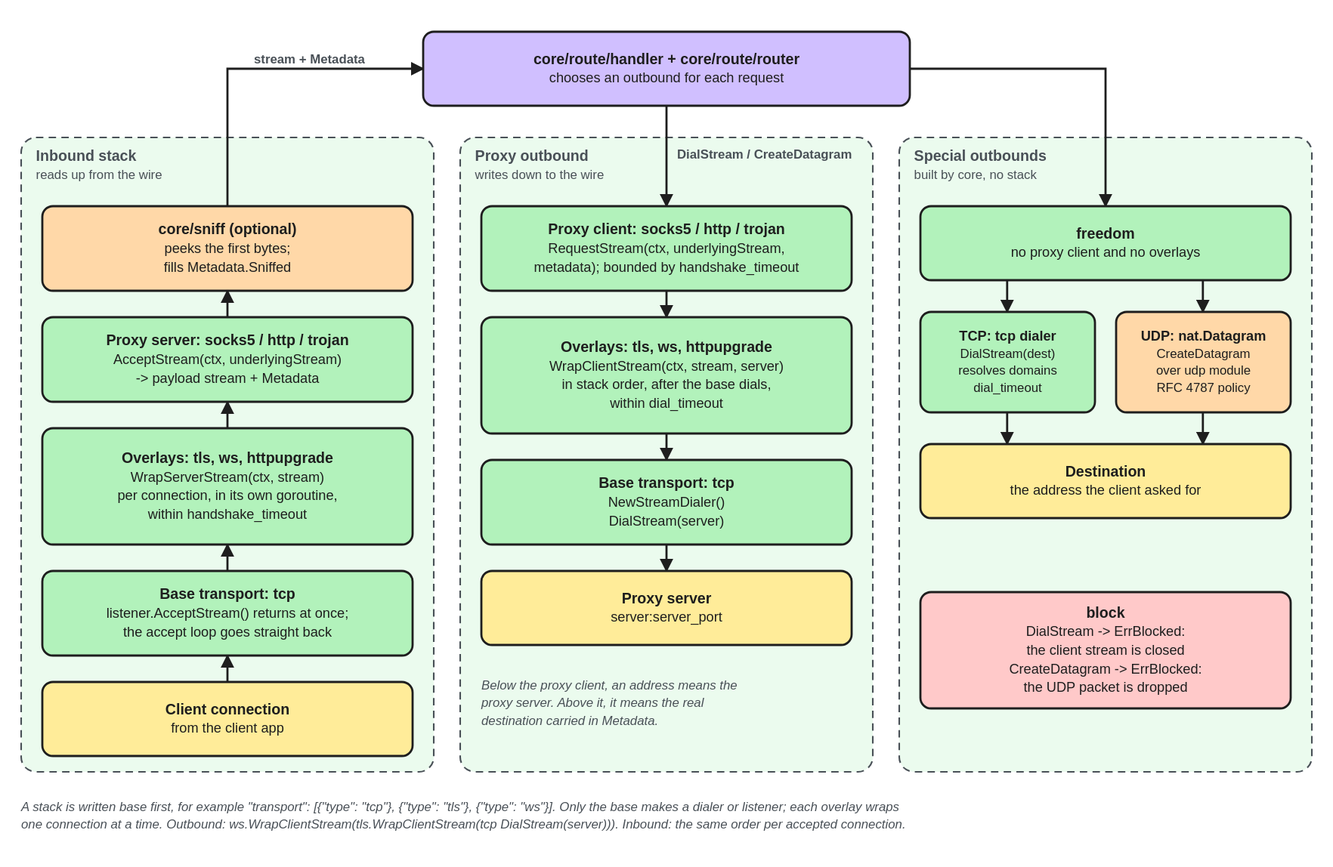
The Excalidraw diagram docs/assets/diagrams/stack-composition.excalidraw.svg in we-apranik/apranik, before a commit. Source tidied: one line per element, renumbered; positions are measured from the earlier drawing's top-left corner, leaving out a move shared by most shapes.
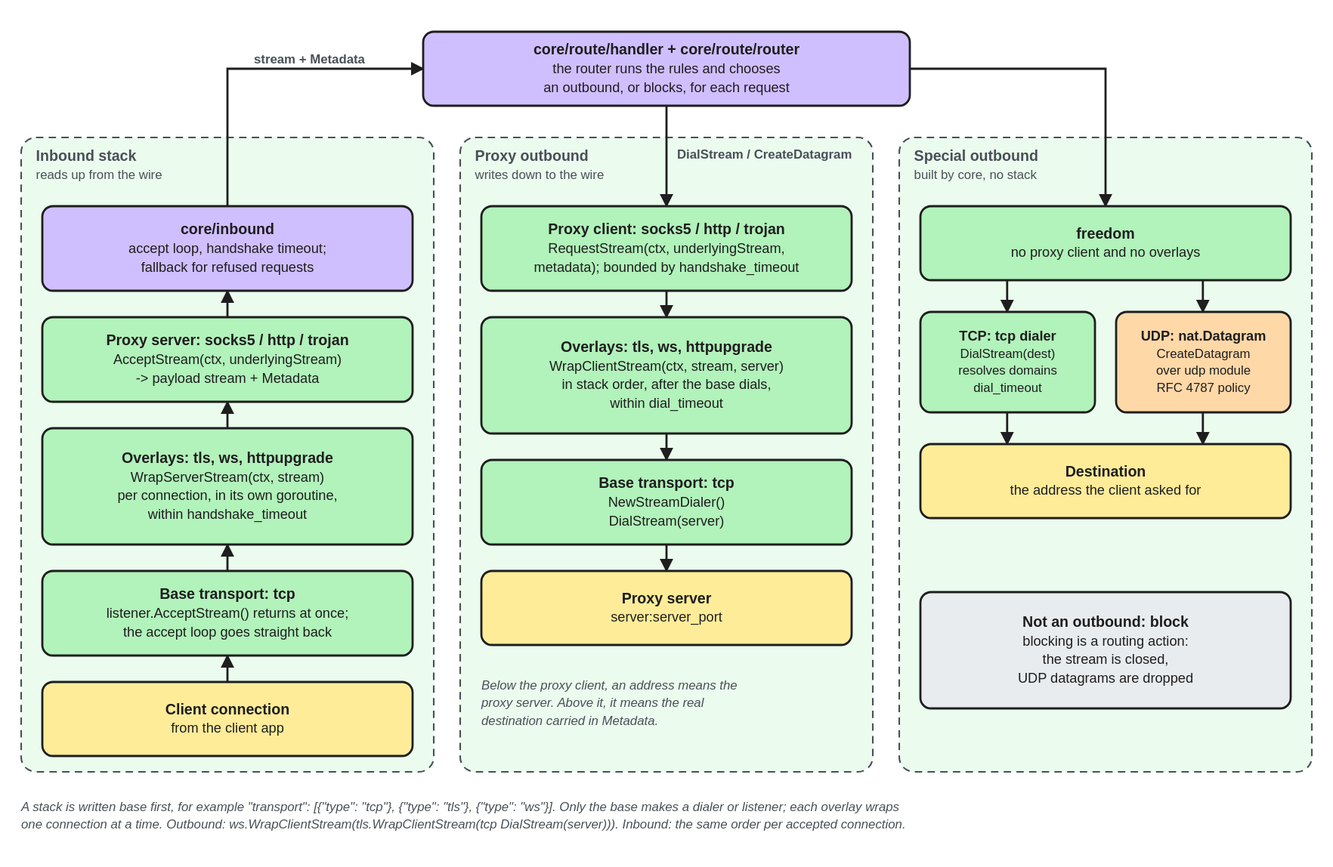
After the commit.

Commit message:
Replace the sniff and block boxes in the stack composition diagram

Diff of the diagram source:
```diff
@@ -3,9 +3,9 @@
 {"id": 2, "type": "rectangle", "strokeColor": "#495057", "backgroundColor": "#ebfbee", "fillStyle": "solid", "strokeWidth": 1, "strokeStyle": "dashed", "roughness": 0, "round": true, "x": 415, "y": 100, "width": 390, "height": 600}
 {"id": 3, "type": "text", "text": "Proxy outbound\nwrites down to the wire", "strokeColor": "#495057", "strokeWidth": 2, "roughness": 0, "fontSize": 14, "fontFamily": 2, "verticalAlign": "middle", "x": 429, "y": 108, "width": 362, "height": 35}
 {"id": 4, "type": "rectangle", "strokeColor": "#495057", "backgroundColor": "#ebfbee", "fillStyle": "solid", "strokeWidth": 1, "strokeStyle": "dashed", "roughness": 0, "round": true, "x": 830, "y": 100, "width": 390, "height": 600}
-{"id": 5, "type": "text", "text": "Special outbounds\nbuilt by core, no stack", "strokeColor": "#495057", "strokeWidth": 2, "roughness": 0, "fontSize": 14, "fontFamily": 2, "verticalAlign": "middle", "x": 844, "y": 108, "width": 362, "height": 35}
+{"id": 5, "type": "text", "text": "Special outbound\nbuilt by core, no stack", "strokeColor": "#495057", "strokeWidth": 2, "roughness": 0, "fontSize": 14, "fontFamily": 2, "verticalAlign": "middle", "x": 844, "y": 108, "width": 362, "height": 35}
 {"id": 6, "type": "rectangle", "strokeColor": "#1e1e1e", "backgroundColor": "#d0bfff", "fillStyle": "solid", "strokeWidth": 2, "roughness": 0, "round": true, "x": 380, "y": 0, "width": 460, "height": 70}
-{"id": 7, "type": "text", "text": "core/route/handler + core/route/router\nchooses an outbound for each request", "strokeColor": "#1e1e1e", "strokeWidth": 2, "roughness": 0, "fontSize": 13, "fontFamily": 2, "textAlign": "center", "verticalAlign": "middle", "inside": 6, "x": 380, "y": 0, "width": 460, "height": 32}
+{"id": 7, "type": "text", "text": "core/route/handler + core/route/router\nthe router runs the rules and chooses\nan outbound, or blocks, for each request", "strokeColor": "#1e1e1e", "strokeWidth": 2, "roughness": 0, "fontSize": 13, "fontFamily": 2, "textAlign": "center", "verticalAlign": "middle", "inside": 6, "x": 380, "y": 0, "width": 460, "height": 49}
 {"id": 8, "type": "rectangle", "strokeColor": "#1e1e1e", "backgroundColor": "#ffec99", "fillStyle": "solid", "strokeWidth": 2, "roughness": 0, "round": true, "x": 20, "y": 615, "width": 350, "height": 70}
 {"id": 9, "type": "text", "text": "Client connection\nfrom the client app", "strokeColor": "#1e1e1e", "strokeWidth": 2, "roughness": 0, "fontSize": 13, "fontFamily": 2, "textAlign": "center", "verticalAlign": "middle", "inside": 8, "x": 20, "y": 615, "width": 350, "height": 32}
 {"id": 10, "type": "rectangle", "strokeColor": "#1e1e1e", "backgroundColor": "#b2f2bb", "fillStyle": "solid", "strokeWidth": 2, "roughness": 0, "round": true, "x": 20, "y": 510, "width": 350, "height": 80}
@@ -14,8 +14,8 @@
 {"id": 13, "type": "text", "text": "Overlays: tls, ws, httpupgrade\nWrapServerStream(ctx, stream)\nper connection, in its own goroutine,\nwithin handshake_timeout", "strokeColor": "#1e1e1e", "strokeWidth": 2, "roughness": 0, "fontSize": 13, "fontFamily": 2, "textAlign": "center", "verticalAlign": "middle", "inside": 12, "x": 20, "y": 375, "width": 350, "height": 65}
 {"id": 14, "type": "rectangle", "strokeColor": "#1e1e1e", "backgroundColor": "#b2f2bb", "fillStyle": "solid", "strokeWidth": 2, "roughness": 0, "round": true, "x": 20, "y": 270, "width": 350, "height": 80}
 {"id": 15, "type": "text", "text": "Proxy server: socks5 / http / trojan\nAcceptStream(ctx, underlyingStream)\n-> payload stream + Metadata", "strokeColor": "#1e1e1e", "strokeWidth": 2, "roughness": 0, "fontSize": 13, "fontFamily": 2, "textAlign": "center", "verticalAlign": "middle", "inside": 14, "x": 20, "y": 270, "width": 350, "height": 49}
-{"id": 16, "type": "rectangle", "strokeColor": "#1e1e1e", "backgroundColor": "#ffd8a8", "fillStyle": "solid", "strokeWidth": 2, "roughness": 0, "round": true, "x": 20, "y": 165, "width": 350, "height": 80}
+{"id": 16, "type": "rectangle", "strokeColor": "#1e1e1e", "backgroundColor": "#d0bfff", "fillStyle": "solid", "strokeWidth": 2, "roughness": 0, "round": true, "x": 20, "y": 165, "width": 350, "height": 80}
-{"id": 17, "type": "text", "text": "core/sniff (optional)\npeeks the first bytes;\nfills Metadata.Sniffed", "strokeColor": "#1e1e1e", "strokeWidth": 2, "roughness": 0, "fontSize": 13, "fontFamily": 2, "textAlign": "center", "verticalAlign": "middle", "inside": 16, "x": 20, "y": 165, "width": 350, "height": 49}
+{"id": 17, "type": "text", "text": "core/inbound\naccept loop, handshake timeout;\nfallback for refused requests", "strokeColor": "#1e1e1e", "strokeWidth": 2, "roughness": 0, "fontSize": 13, "fontFamily": 2, "textAlign": "center", "verticalAlign": "middle", "inside": 16, "x": 20, "y": 165, "width": 350, "height": 49}
 {"id": 18, "type": "arrow", "strokeColor": "#1e1e1e", "strokeWidth": 2, "roughness": 0, "endArrowhead": "arrow", "from": 8, "to": 10, "x": 195, "y": 615, "width": 0, "height": 25, "points": [[0, 0], [0, -25]]}
 {"id": 19, "type": "arrow", "strokeColor": "#1e1e1e", "strokeWidth": 2, "roughness": 0, "endArrowhead": "arrow", "from": 10, "to": 12, "x": 195, "y": 510, "width": 0, "height": 25, "points": [[0, 0], [0, -25]]}
 {"id": 20, "type": "arrow", "strokeColor": "#1e1e1e", "strokeWidth": 2, "roughness": 0, "endArrowhead": "arrow", "from": 12, "to": 14, "x": 195, "y": 375, "width": 0, "height": 25, "points": [[0, 0], [0, -25]]}
@@ -44,8 +44,8 @@
 {"id": 43, "type": "text", "text": "UDP: nat.Datagram\nCreateDatagram\nover udp module\nRFC 4787 policy", "strokeColor": "#1e1e1e", "strokeWidth": 2, "roughness": 0, "fontSize": 12, "fontFamily": 2, "textAlign": "center", "verticalAlign": "middle", "inside": 42, "x": 1035, "y": 265, "width": 165, "height": 60}
 {"id": 44, "type": "rectangle", "strokeColor": "#1e1e1e", "backgroundColor": "#ffec99", "fillStyle": "solid", "strokeWidth": 2, "roughness": 0, "round": true, "x": 850, "y": 390, "width": 350, "height": 70}
 {"id": 45, "type": "text", "text": "Destination\nthe address the client asked for", "strokeColor": "#1e1e1e", "strokeWidth": 2, "roughness": 0, "fontSize": 13, "fontFamily": 2, "textAlign": "center", "verticalAlign": "middle", "inside": 44, "x": 850, "y": 390, "width": 350, "height": 32}
-{"id": 46, "type": "rectangle", "strokeColor": "#1e1e1e", "backgroundColor": "#ffc9c9", "fillStyle": "solid", "strokeWidth": 2, "roughness": 0, "round": true, "x": 850, "y": 530, "width": 350, "height": 110}
+{"id": 46, "type": "rectangle", "strokeColor": "#1e1e1e", "backgroundColor": "#e9ecef", "fillStyle": "solid", "strokeWidth": 2, "roughness": 0, "round": true, "x": 850, "y": 530, "width": 350, "height": 110}
-{"id": 47, "type": "text", "text": "block\nDialStream -> ErrBlocked:\nthe client stream is closed\nCreateDatagram -> ErrBlocked:\nthe UDP packet is dropped", "strokeColor": "#1e1e1e", "strokeWidth": 2, "roughness": 0, "fontSize": 13, "fontFamily": 2, "textAlign": "center", "verticalAlign": "middle", "inside": 46, "x": 850, "y": 530, "width": 350, "height": 81}
+{"id": 47, "type": "text", "text": "Not an outbound: block\nblocking is a routing action:\nthe stream is closed,\nUDP datagrams are dropped", "strokeColor": "#1e1e1e", "strokeWidth": 2, "roughness": 0, "fontSize": 13, "fontFamily": 2, "textAlign": "center", "verticalAlign": "middle", "inside": 46, "x": 850, "y": 530, "width": 350, "height": 65}
 {"id": 48, "type": "arrow", "strokeColor": "#1e1e1e", "strokeWidth": 2, "roughness": 0, "endArrowhead": "arrow", "from": 6, "to": 38, "x": 840, "y": 35, "width": 185, "height": 130, "points": [[0, 0], [185, 0], [185, 130]]}
 {"id": 49, "type": "arrow", "strokeColor": "#1e1e1e", "strokeWidth": 2, "roughness": 0, "endArrowhead": "arrow", "from": 38, "to": 40, "x": 932, "y": 235, "width": 0, "height": 30, "points": [[0, 0], [0, 30]]}
 {"id": 50, "type": "arrow", "strokeColor": "#1e1e1e", "strokeWidth": 2, "roughness": 0, "endArrowhead": "arrow", "from": 38, "to": 42, "x": 1117, "y": 235, "width": 0, "height": 30, "points": [[0, 0], [0, 30]]}
```
